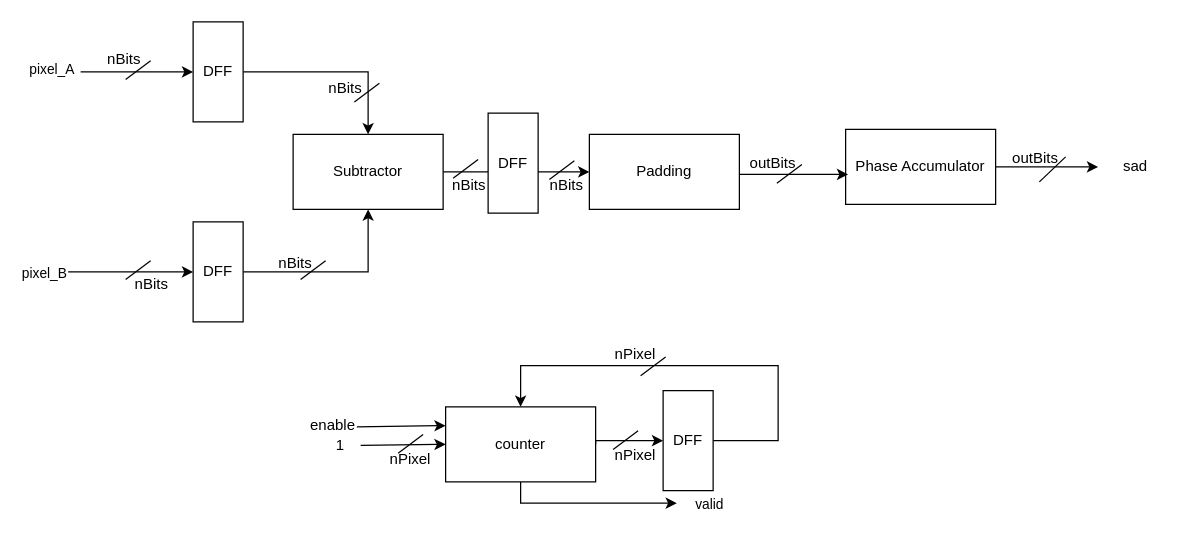
Above: img/Model.drawio in gaiaanastasi/SAD-Image-Calculation (draw.io), before the change. Source tidied: cells renumbered, new cells numbered last; positions are measured from the earlier drawing's top-left corner, leaving out a move shared by most shapes. Both pictures are drawn from the tidied source at 125%, with x=0, y=0 at pixel (68, 21).
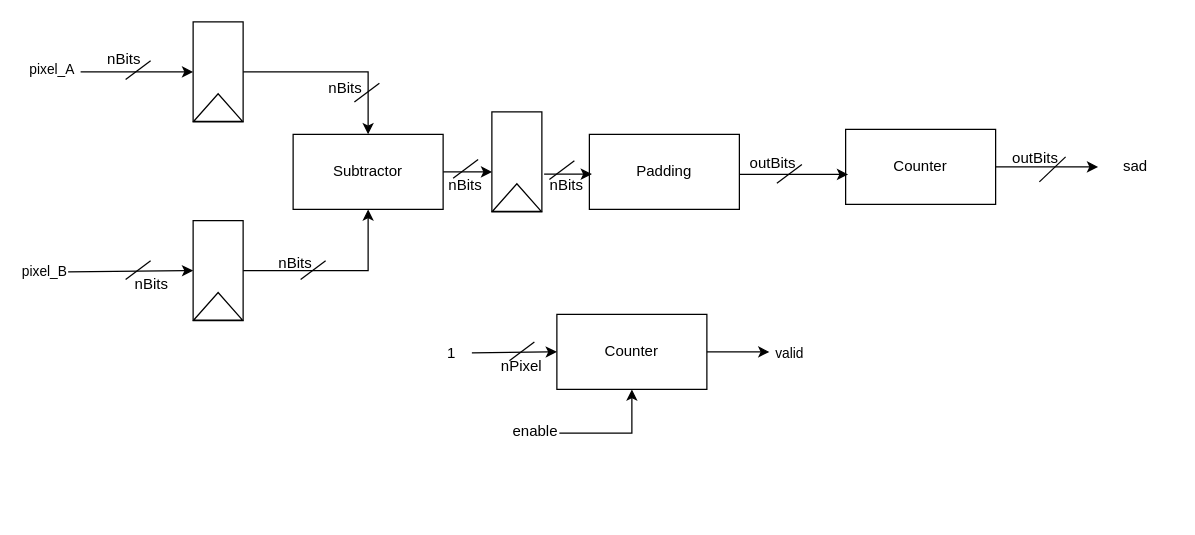
The same page after the edit.

The change refers to these unchanged cells:
```xml
<mxCell id="7" value="Subtractor" style="rounded=0;whiteSpace=wrap;html=1;" parent="1" vertex="1">
  <mxGeometry x="180" y="90" width="120" height="60" as="geometry" />
</mxCell>
<mxCell id="15" value="Padding" style="rounded=0;whiteSpace=wrap;html=1;" parent="1" vertex="1">
  <mxGeometry x="417" y="90" width="120" height="60" as="geometry" />
</mxCell>
```

The edit, as a diff of the source:
```diff
@@
-    <mxCell id="3" value="DFF" style="rounded=0;whiteSpace=wrap;html=1;" parent="1" vertex="1">
+    <mxCell id="3" style="rounded=0;whiteSpace=wrap;html=1;" parent="1" vertex="1">
       <mxGeometry x="100" width="40" height="80" as="geometry" />
     </mxCell>
-    <mxCell id="4" style="edgeStyle=orthogonalEdgeStyle;rounded=0;jettySize=auto;html=1;exitX=1;exitY=0.5;exitDx=0;exitDy=0;entryX=0.5;entryY=1;entryDx=0;entryDy=0;" parent="1" edge="1" source="5" target="7">
+    <mxCell id="4" style="edgeStyle=orthogonalEdgeStyle;rounded=0;jettySize=auto;html=1;exitX=1;exitY=0.5;exitDx=0;exitDy=0;entryX=0.5;entryY=1;entryDx=0;entryDy=0;" parent="1" edge="1" source="52" target="7">
       <mxGeometry relative="1" as="geometry" />
     </mxCell>
-    <mxCell id="5" value="DFF" style="rounded=0;whiteSpace=wrap;html=1;" parent="1" vertex="1">
-      <mxGeometry x="100" y="160" width="40" height="80" as="geometry" />
-    </mxCell>
-    <mxCell id="6" style="edgeStyle=orthogonalEdgeStyle;rounded=0;jettySize=auto;html=1;exitX=1;exitY=0.5;exitDx=0;exitDy=0;entryX=0;entryY=0.5;entryDx=0;entryDy=0;" parent="1" edge="1" source="7" target="15">
-      <mxGeometry relative="1" as="geometry" />
-    </mxCell>
+    <mxCell id="50" style="edgeStyle=orthogonalEdgeStyle;rounded=0;jettySize=auto;html=1;exitX=1;exitY=0.5;exitDx=0;exitDy=0;entryX=0.005;entryY=0.6;entryDx=0;entryDy=0;entryPerimeter=0;" parent="1" edge="1" source="7" target="54">
+      <mxGeometry relative="1" as="geometry" />
+    </mxCell>
@@
-    <mxCell id="8" value="Phase Accumulator" style="rounded=0;whiteSpace=wrap;html=1;" parent="1" vertex="1">
+    <mxCell id="8" value="Counter" style="rounded=0;whiteSpace=wrap;html=1;" parent="1" vertex="1">
       <mxGeometry x="622" y="86" width="120" height="60" as="geometry" />
     </mxCell>
@@
-    <mxCell id="18" style="edgeStyle=orthogonalEdgeStyle;rounded=0;jettySize=auto;html=1;exitX=1;exitY=0.5;exitDx=0;exitDy=0;entryX=0;entryY=0.5;entryDx=0;entryDy=0;" parent="1" edge="1" source="19" target="32">
-      <mxGeometry relative="1" as="geometry">
-        <Array as="points">
-          <mxPoint x="422" y="335" />
-        </Array>
-      </mxGeometry>
-    </mxCell>
-    <mxCell id="19" value="counter" style="rounded=0;whiteSpace=wrap;html=1;" parent="1" vertex="1">
-      <mxGeometry x="302" y="308" width="120" height="60" as="geometry" />
+    <mxCell id="19" value="Counter" style="rounded=0;whiteSpace=wrap;html=1;" parent="1" vertex="1">
+      <mxGeometry x="391" y="234" width="120" height="60" as="geometry" />
     </mxCell>
-    <mxCell id="20" style="endArrow=classic;html=1;rounded=0;exitX=0.5;exitY=1;exitDx=0;exitDy=0;" parent="1" edge="1" source="19">
+    <mxCell id="20" style="endArrow=classic;html=1;rounded=0;exitX=1;exitY=0.5;exitDx=0;exitDy=0;" parent="1" edge="1" source="19">
       <mxGeometry relative="1" as="geometry">
-        <mxPoint x="487" y="385" as="targetPoint" />
+        <mxPoint x="561" y="264" as="targetPoint" />
         <Array as="points">
-          <mxPoint x="362" y="385" />
+          <mxPoint x="539" y="264" />
         </Array>
       </mxGeometry>
     </mxCell>
     <mxCell id="21" value="valid" style="edgeLabel;html=1;align=center;verticalAlign=middle;" parent="20" vertex="1">
       <mxGeometry x="0.33" y="-1" relative="1" as="geometry">
-        <mxPoint x="73" y="-1" as="offset" />
+        <mxPoint x="32" y="-1" as="offset" />
       </mxGeometry>
     </mxCell>
-    <mxCell id="22" style="endArrow=classic;html=1;rounded=0;entryX=0;entryY=0.5;entryDx=0;entryDy=0;" parent="1" edge="1" target="5">
+    <mxCell id="22" style="endArrow=classic;html=1;rounded=0;entryX=0;entryY=0.5;entryDx=0;entryDy=0;" parent="1" edge="1" target="52">
       <mxGeometry relative="1" as="geometry">
         <mxPoint y="200" as="sourcePoint" />
       </mxGeometry>
     </mxCell>
@@
-    <mxCell id="26" value="DFF" style="rounded=0;whiteSpace=wrap;html=1;" parent="1" vertex="1">
-      <mxGeometry x="336" y="73" width="40" height="80" as="geometry" />
-    </mxCell>
@@
-    <mxCell id="29" style="endArrow=classic;html=1;rounded=0;entryX=0;entryY=0.25;entryDx=0;entryDy=0;" parent="1" edge="1" target="19">
+    <mxCell id="29" style="endArrow=classic;html=1;rounded=0;entryX=0.5;entryY=1;entryDx=0;entryDy=0;" parent="1" edge="1" target="19">
       <mxGeometry relative="1" as="geometry">
-        <mxPoint x="231" y="324" as="sourcePoint" />
+        <mxPoint x="393" y="329" as="sourcePoint" />
+        <Array as="points">
+          <mxPoint x="451" y="329" />
+        </Array>
       </mxGeometry>
     </mxCell>
     <mxCell id="30" value="1" style="text;html=1;strokeColor=none;fillColor=none;align=center;verticalAlign=middle;whiteSpace=wrap;rounded=0;" parent="1" vertex="1">
-      <mxGeometry x="202" y="324" width="32" height="30" as="geometry" />
+      <mxGeometry x="291" y="250" width="32" height="30" as="geometry" />
     </mxCell>
-    <mxCell id="31" style="edgeStyle=orthogonalEdgeStyle;rounded=0;jettySize=auto;html=1;exitX=1;exitY=0.5;exitDx=0;exitDy=0;entryX=0.5;entryY=0;entryDx=0;entryDy=0;" parent="1" edge="1" source="32" target="19">
-      <mxGeometry relative="1" as="geometry">
-        <Array as="points">
-          <mxPoint x="568" y="335" />
-          <mxPoint x="568" y="275" />
-          <mxPoint x="362" y="275" />
-        </Array>
-      </mxGeometry>
-    </mxCell>
-    <mxCell id="32" value="DFF" style="rounded=0;whiteSpace=wrap;html=1;" parent="1" vertex="1">
-      <mxGeometry x="476" y="295" width="40" height="80" as="geometry" />
-    </mxCell>
     <mxCell id="33" value="enable" style="text;html=1;strokeColor=none;fillColor=none;align=center;verticalAlign=middle;whiteSpace=wrap;rounded=0;" parent="1" vertex="1">
-      <mxGeometry x="182" y="308" width="60" height="30" as="geometry" />
+      <mxGeometry x="344" y="313" width="60" height="30" as="geometry" />
     </mxCell>
@@
     <mxCell id="37" style="endArrow=none;html=1;rounded=0;" parent="1" edge="1">
       <mxGeometry relative="1" as="geometry">
-        <mxPoint x="264" y="345" as="sourcePoint" />
-        <mxPoint x="284" y="330" as="targetPoint" />
+        <mxPoint x="353" y="271" as="sourcePoint" />
+        <mxPoint x="373" y="256" as="targetPoint" />
       </mxGeometry>
     </mxCell>
-    <mxCell id="38" style="endArrow=none;html=1;rounded=0;" parent="1" edge="1">
-      <mxGeometry relative="1" as="geometry">
-        <mxPoint x="436" y="342" as="sourcePoint" />
-        <mxPoint x="456" y="327" as="targetPoint" />
-      </mxGeometry>
-    </mxCell>
-    <mxCell id="39" style="endArrow=none;html=1;rounded=0;" parent="1" edge="1">
-      <mxGeometry relative="1" as="geometry">
-        <mxPoint x="458" y="283" as="sourcePoint" />
-        <mxPoint x="478" y="268" as="targetPoint" />
-      </mxGeometry>
-    </mxCell>
     <mxCell id="40" value="nPixel" style="text;html=1;strokeColor=none;fillColor=none;align=center;verticalAlign=middle;whiteSpace=wrap;rounded=0;" parent="1" vertex="1">
-      <mxGeometry x="244" y="335" width="60" height="30" as="geometry" />
+      <mxGeometry x="333" y="261" width="60" height="30" as="geometry" />
     </mxCell>
@@
     <mxCell id="44" value="nBits" style="text;html=1;strokeColor=none;fillColor=none;align=center;verticalAlign=middle;whiteSpace=wrap;rounded=0;" parent="1" vertex="1">
-      <mxGeometry x="291" y="116" width="60" height="30" as="geometry" />
+      <mxGeometry x="288" y="116" width="60" height="30" as="geometry" />
     </mxCell>
@@
-    <mxCell id="48" value="nPixel" style="text;html=1;strokeColor=none;fillColor=none;align=center;verticalAlign=middle;whiteSpace=wrap;rounded=0;" parent="1" vertex="1">
-      <mxGeometry x="424" y="332" width="60" height="30" as="geometry" />
-    </mxCell>
-    <mxCell id="49" value="nPixel" style="text;html=1;strokeColor=none;fillColor=none;align=center;verticalAlign=middle;whiteSpace=wrap;rounded=0;" parent="1" vertex="1">
-      <mxGeometry x="424" y="251" width="60" height="30" as="geometry" />
-    </mxCell>
+    <mxCell id="51" style="triangle;whiteSpace=wrap;html=1;rotation=-90;" parent="1" vertex="1">
+      <mxGeometry x="109" y="49" width="22" height="39" as="geometry" />
+    </mxCell>
+    <mxCell id="52" style="rounded=0;whiteSpace=wrap;html=1;" parent="1" vertex="1">
+      <mxGeometry x="100" y="159" width="40" height="80" as="geometry" />
+    </mxCell>
+    <mxCell id="53" style="triangle;whiteSpace=wrap;html=1;rotation=-90;" parent="1" vertex="1">
+      <mxGeometry x="109" y="208" width="22" height="39" as="geometry" />
+    </mxCell>
+    <mxCell id="54" style="rounded=0;whiteSpace=wrap;html=1;" parent="1" vertex="1">
+      <mxGeometry x="339" y="72" width="40" height="80" as="geometry" />
+    </mxCell>
+    <mxCell id="55" style="triangle;whiteSpace=wrap;html=1;rotation=-90;" parent="1" vertex="1">
+      <mxGeometry x="348" y="121" width="22" height="39" as="geometry" />
+    </mxCell>
+    <mxCell id="56" style="edgeStyle=orthogonalEdgeStyle;rounded=0;jettySize=auto;html=1;exitX=1.045;exitY=0.623;exitDx=0;exitDy=0;exitPerimeter=0;" parent="1" edge="1" source="54">
+      <mxGeometry relative="1" as="geometry">
+        <mxPoint x="419" y="122" as="targetPoint" />
+      </mxGeometry>
+    </mxCell>
```
